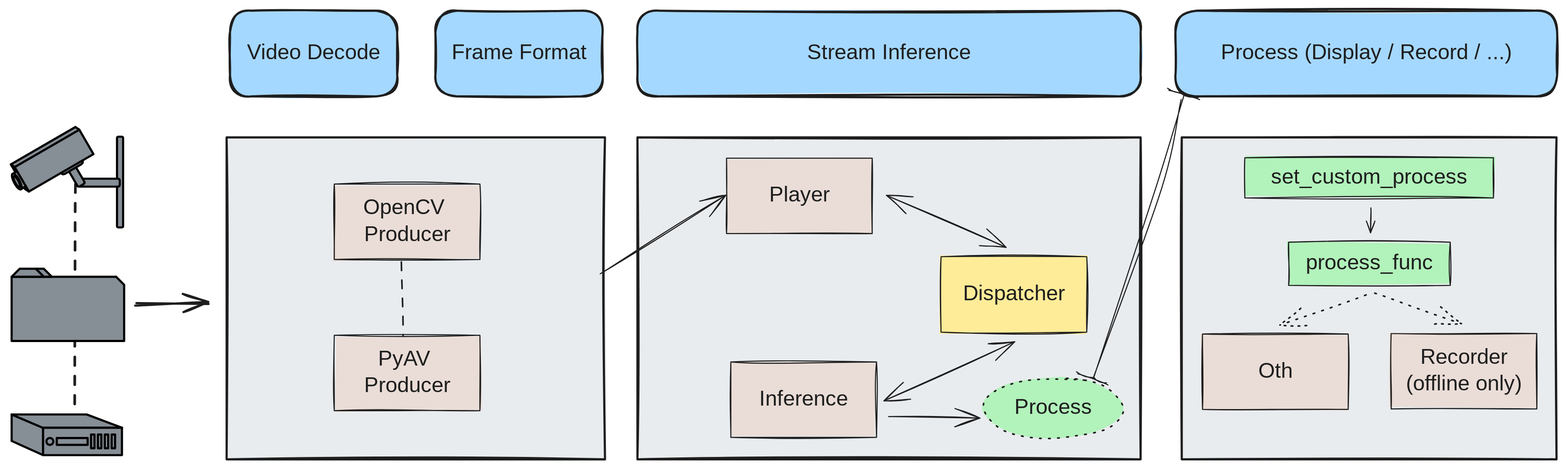
zaigie/stream-infer keeps this Excalidraw diagram as docs/img/flow.svg. Above is the earlier version. Source tidied: one line per element, renumbered; positions are measured from the earlier drawing's top-left corner, leaving out a move shared by most shapes.
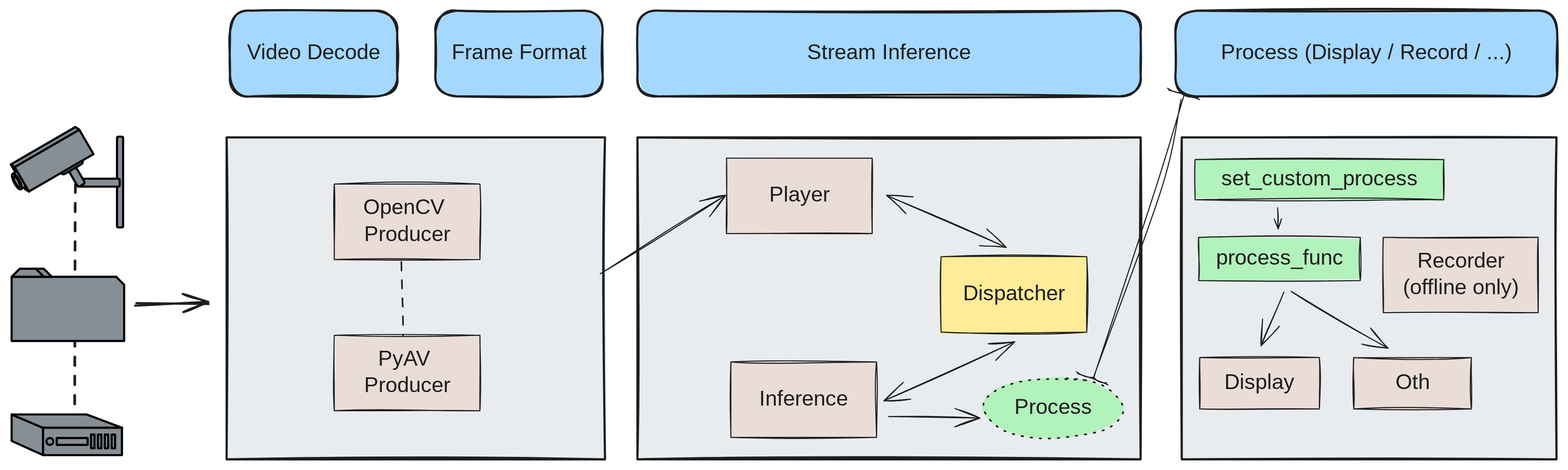
After the commit.

Commit message:
docs: update flow pic

Change to the diagram source:
```diff
@@ -49,18 +49,20 @@
 {"id": 48, "type": "rectangle", "strokeColor": "#1e1e1e", "backgroundColor": "#a5d8ff", "fillStyle": "solid", "strokeWidth": 2, "roughness": 1, "round": true, "x": 1091, "y": 0, "width": 357, "height": 80}
 {"id": 49, "type": "text", "text": "Process (Display / Record / ...)", "strokeColor": "#1e1e1e", "strokeWidth": 2, "roughness": 1, "fontSize": 20, "fontFamily": 1, "textAlign": "center", "verticalAlign": "middle", "inside": 48, "x": 1114, "y": 28, "width": 311, "height": 25}
 {"id": 50, "type": "rectangle", "strokeColor": "#1e1e1e", "backgroundColor": "#e9ecef", "fillStyle": "solid", "strokeWidth": 2, "roughness": 1, "x": 1097, "y": 119, "width": 351, "height": 302}
-{"id": 51, "type": "rectangle", "strokeColor": "#1e1e1e", "backgroundColor": "#eaddd7", "fillStyle": "solid", "strokeWidth": 1, "roughness": 1, "x": 1293, "y": 303, "width": 136, "height": 71}
+{"id": 51, "type": "rectangle", "strokeColor": "#1e1e1e", "backgroundColor": "#eaddd7", "fillStyle": "solid", "strokeWidth": 1, "roughness": 1, "x": 1285, "y": 212, "width": 145, "height": 71}
-{"id": 52, "type": "text", "text": "Recorder\n(offline only)", "strokeColor": "#1e1e1e", "backgroundColor": "#eaddd7", "fillStyle": "solid", "strokeWidth": 1, "roughness": 1, "fontSize": 20, "fontFamily": 1, "textAlign": "center", "verticalAlign": "middle", "inside": 51, "x": 1301, "y": 313, "width": 121, "height": 50}
+{"id": 52, "type": "text", "text": "Recorder\n(offline only)", "strokeColor": "#1e1e1e", "backgroundColor": "#eaddd7", "fillStyle": "solid", "strokeWidth": 1, "roughness": 1, "fontSize": 20, "fontFamily": 1, "textAlign": "center", "verticalAlign": "middle", "inside": 51, "x": 1297, "y": 223, "width": 121, "height": 50}
-{"id": 53, "type": "rectangle", "strokeColor": "#1e1e1e", "backgroundColor": "#b2f2bb", "fillStyle": "solid", "strokeWidth": 1, "roughness": 1, "x": 1156, "y": 138, "width": 233, "height": 38}
+{"id": 53, "type": "rectangle", "strokeColor": "#1e1e1e", "backgroundColor": "#b2f2bb", "fillStyle": "solid", "strokeWidth": 1, "roughness": 1, "x": 1109, "y": 140, "width": 233, "height": 38}
-{"id": 54, "type": "text", "text": "set_custom_process", "strokeColor": "#1e1e1e", "backgroundColor": "#b2f2bb", "fillStyle": "solid", "strokeWidth": 1, "roughness": 1, "fontSize": 20, "fontFamily": 1, "textAlign": "center", "verticalAlign": "middle", "inside": 53, "x": 1169, "y": 144, "width": 206, "height": 25}
+{"id": 54, "type": "text", "text": "set_custom_process", "strokeColor": "#1e1e1e", "backgroundColor": "#b2f2bb", "fillStyle": "solid", "strokeWidth": 1, "roughness": 1, "fontSize": 20, "fontFamily": 1, "textAlign": "center", "verticalAlign": "middle", "inside": 53, "x": 1123, "y": 146, "width": 206, "height": 25}
-{"id": 55, "type": "rectangle", "strokeColor": "#1e1e1e", "backgroundColor": "#eaddd7", "fillStyle": "solid", "strokeWidth": 1, "roughness": 1, "x": 1116, "y": 303, "width": 136, "height": 71}
+{"id": 55, "type": "rectangle", "strokeColor": "#1e1e1e", "backgroundColor": "#eaddd7", "fillStyle": "solid", "strokeWidth": 1, "roughness": 1, "x": 1113, "y": 325, "width": 112, "height": 48}
-{"id": 56, "type": "text", "text": "Oth", "strokeColor": "#1e1e1e", "backgroundColor": "#eaddd7", "fillStyle": "solid", "strokeWidth": 1, "roughness": 1, "fontSize": 20, "fontFamily": 1, "textAlign": "center", "verticalAlign": "middle", "inside": 55, "x": 1166, "y": 326, "width": 36, "height": 25}
+{"id": 56, "type": "text", "text": "Display", "strokeColor": "#1e1e1e", "backgroundColor": "#eaddd7", "fillStyle": "solid", "strokeWidth": 1, "roughness": 1, "fontSize": 20, "fontFamily": 1, "textAlign": "center", "verticalAlign": "middle", "inside": 55, "x": 1135, "y": 337, "width": 69, "height": 25}
-{"id": 57, "type": "rectangle", "strokeColor": "#1e1e1e", "backgroundColor": "#b2f2bb", "fillStyle": "solid", "strokeWidth": 1, "roughness": 1, "x": 1197, "y": 217, "width": 151, "height": 40}
+{"id": 57, "type": "rectangle", "strokeColor": "#1e1e1e", "backgroundColor": "#b2f2bb", "fillStyle": "solid", "strokeWidth": 1, "roughness": 1, "x": 1112, "y": 212, "width": 151, "height": 40}
-{"id": 58, "type": "text", "text": "process_func", "strokeColor": "#1e1e1e", "backgroundColor": "#b2f2bb", "fillStyle": "solid", "strokeWidth": 1, "roughness": 1, "fontSize": 20, "fontFamily": 1, "textAlign": "center", "verticalAlign": "middle", "inside": 57, "x": 1208, "y": 225, "width": 129, "height": 25}
+{"id": 58, "type": "text", "text": "process_func", "strokeColor": "#1e1e1e", "backgroundColor": "#b2f2bb", "fillStyle": "solid", "strokeWidth": 1, "roughness": 1, "fontSize": 20, "fontFamily": 1, "textAlign": "center", "verticalAlign": "middle", "inside": 57, "x": 1123, "y": 220, "width": 129, "height": 25}
-{"id": 59, "type": "arrow", "strokeColor": "#1e1e1e", "backgroundColor": "#b2f2bb", "fillStyle": "solid", "strokeWidth": 1, "roughness": 1, "endArrowhead": "arrow", "from": 53, "to": 57, "x": 1274, "y": 185, "width": 0, "height": 23, "points": [[0, 0], [0, 23]]}
+{"id": 59, "type": "arrow", "strokeColor": "#1e1e1e", "backgroundColor": "#b2f2bb", "fillStyle": "solid", "strokeWidth": 1, "roughness": 1, "endArrowhead": "arrow", "from": 53, "to": 57, "x": 1186, "y": 185, "width": 1, "height": 20, "points": [[0, 0], [1, 20]]}
-{"id": 60, "type": "arrow", "strokeColor": "#1e1e1e", "backgroundColor": "#b2f2bb", "fillStyle": "solid", "strokeWidth": 1, "strokeStyle": "dotted", "roughness": 1, "endArrowhead": "arrow", "from": 57, "to": 55, "x": 1269, "y": 266, "width": 81, "height": 28, "points": [[0, 0], [-81, 28]]}
+{"id": 60, "type": "arrow", "strokeColor": "#1e1e1e", "backgroundColor": "#b2f2bb", "fillStyle": "solid", "strokeWidth": 1, "roughness": 1, "endArrowhead": "arrow", "from": 57, "to": 55, "x": 1192, "y": 264, "width": 21, "height": 50, "points": [[0, 0], [-21, 50]]}
-{"id": 61, "type": "arrow", "strokeColor": "#1e1e1e", "backgroundColor": "#b2f2bb", "fillStyle": "solid", "strokeWidth": 1, "strokeStyle": "dotted", "roughness": 1, "endArrowhead": "arrow", "from": 57, "to": 51, "x": 1277, "y": 265, "width": 81, "height": 29, "points": [[0, 0], [81, 29]]}
 {"id": 62, "type": "ellipse", "strokeColor": "#1e1e1e", "backgroundColor": "#b2f2bb", "fillStyle": "solid", "strokeWidth": 1, "strokeStyle": "dotted", "roughness": 1, "x": 910, "y": 344, "width": 131, "height": 57}
 {"id": 63, "type": "text", "text": "Process", "strokeColor": "#1e1e1e", "backgroundColor": "#b2f2bb", "fillStyle": "solid", "strokeWidth": 1, "strokeStyle": "dotted", "roughness": 1, "fontSize": 20, "fontFamily": 1, "textAlign": "center", "verticalAlign": "middle", "inside": 62, "x": 938, "y": 360, "width": 76, "height": 25}
 {"id": 64, "type": "arrow", "strokeColor": "#1e1e1e", "backgroundColor": "#b2f2bb", "fillStyle": "solid", "strokeWidth": 1, "roughness": 1, "endArrowhead": "arrow", "from": 43, "to": 62, "x": 822, "y": 380, "width": 86, "height": 1, "points": [[0, 0], [86, 1]]}
 {"id": 65, "type": "arrow", "strokeColor": "#1e1e1e", "strokeWidth": 1, "roughness": 2, "startArrowhead": "bar", "endArrowhead": "bar", "round": true, "from": 48, "to": 62, "x": 1098, "y": 81, "width": 85, "height": 264, "points": [[0, 0], [-22, 86], [-85, 264]]}
+{"id": 66, "type": "rectangle", "strokeColor": "#1e1e1e", "backgroundColor": "#eaddd7", "fillStyle": "solid", "strokeWidth": 1, "roughness": 1, "x": 1258, "y": 325, "width": 110, "height": 48}
+{"id": 67, "type": "text", "text": "Oth", "strokeColor": "#1e1e1e", "backgroundColor": "#eaddd7", "fillStyle": "solid", "strokeWidth": 1, "roughness": 1, "fontSize": 20, "fontFamily": 1, "textAlign": "center", "verticalAlign": "middle", "inside": 66, "x": 1295, "y": 337, "width": 36, "height": 25}
+{"id": 68, "type": "arrow", "strokeColor": "#1e1e1e", "backgroundColor": "#b2f2bb", "fillStyle": "solid", "strokeWidth": 1, "roughness": 1, "endArrowhead": "arrow", "from": 57, "to": 66, "x": 1199, "y": 263, "width": 91, "height": 53, "points": [[0, 0], [91, 53]]}
```
